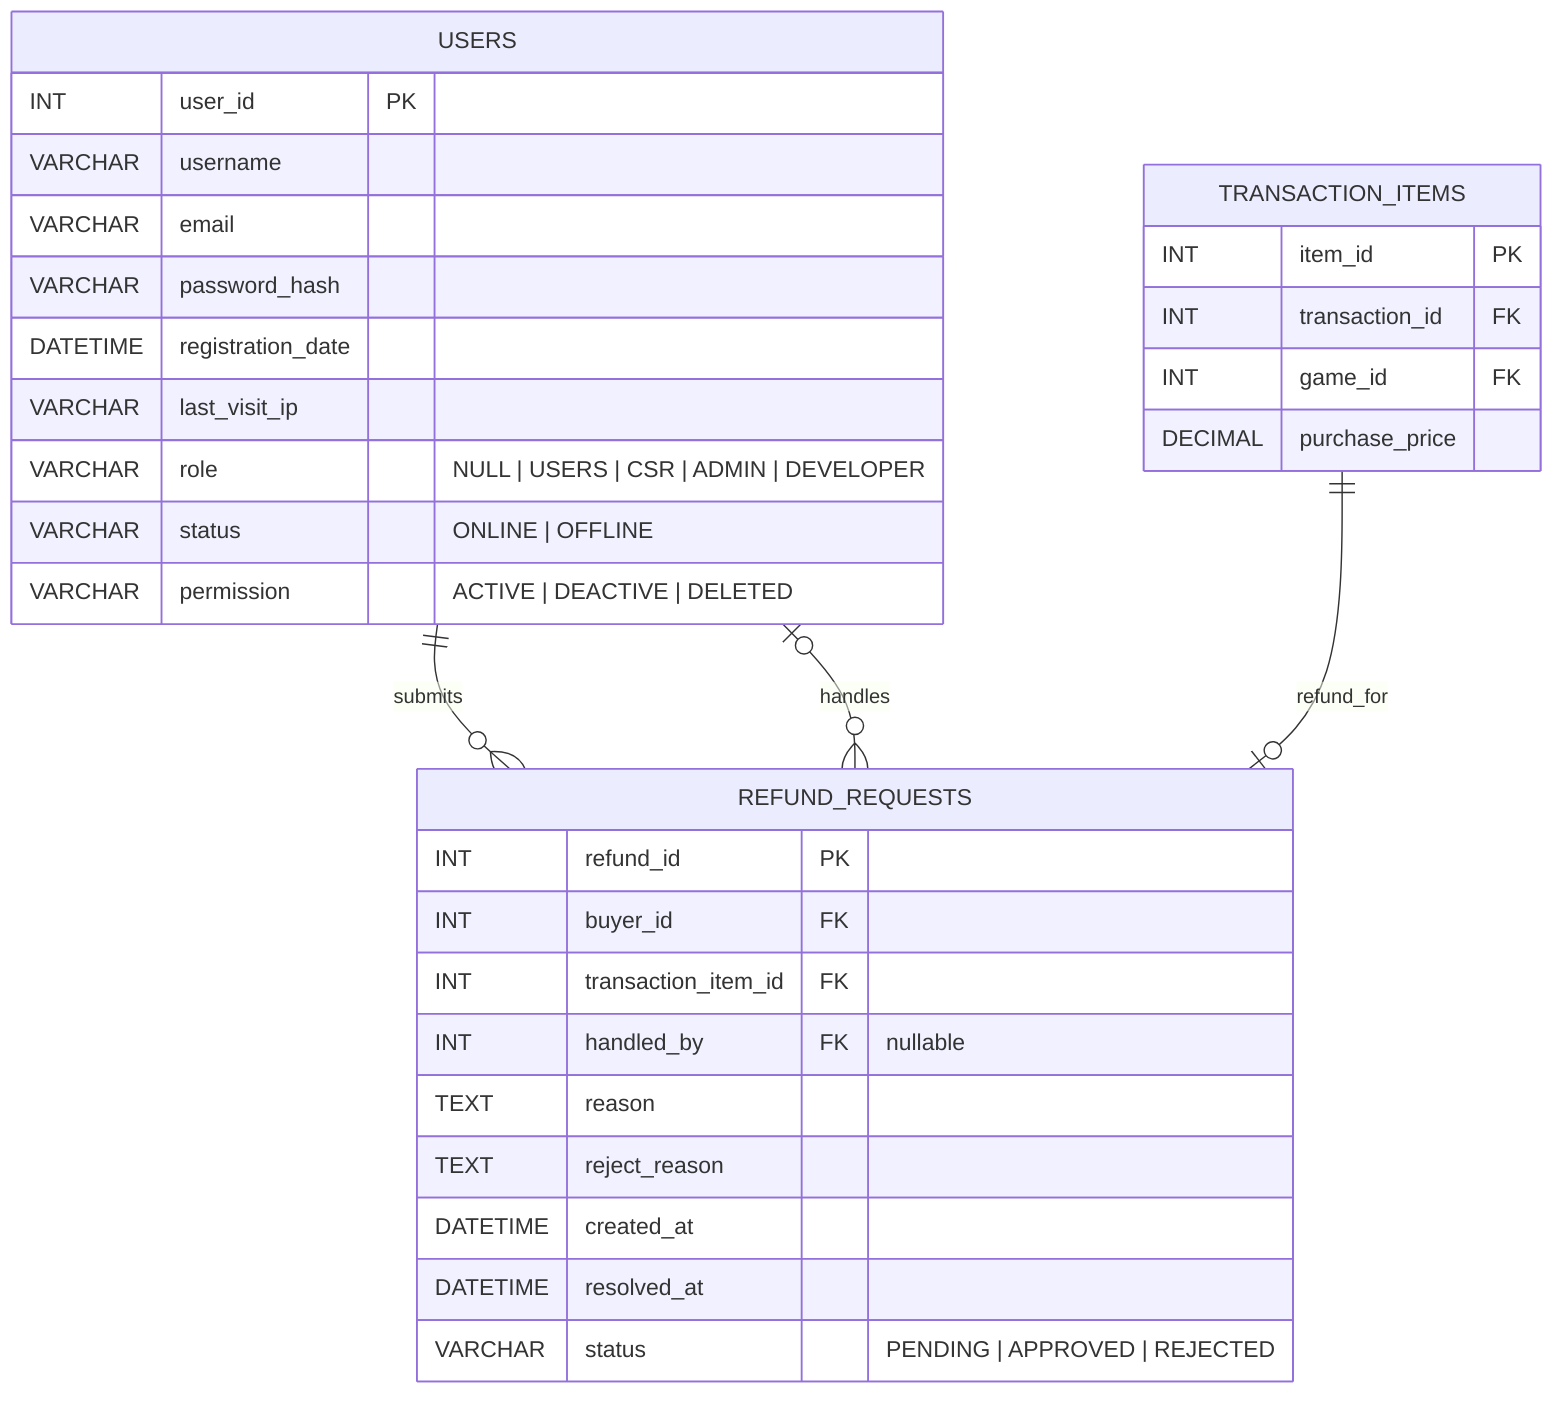
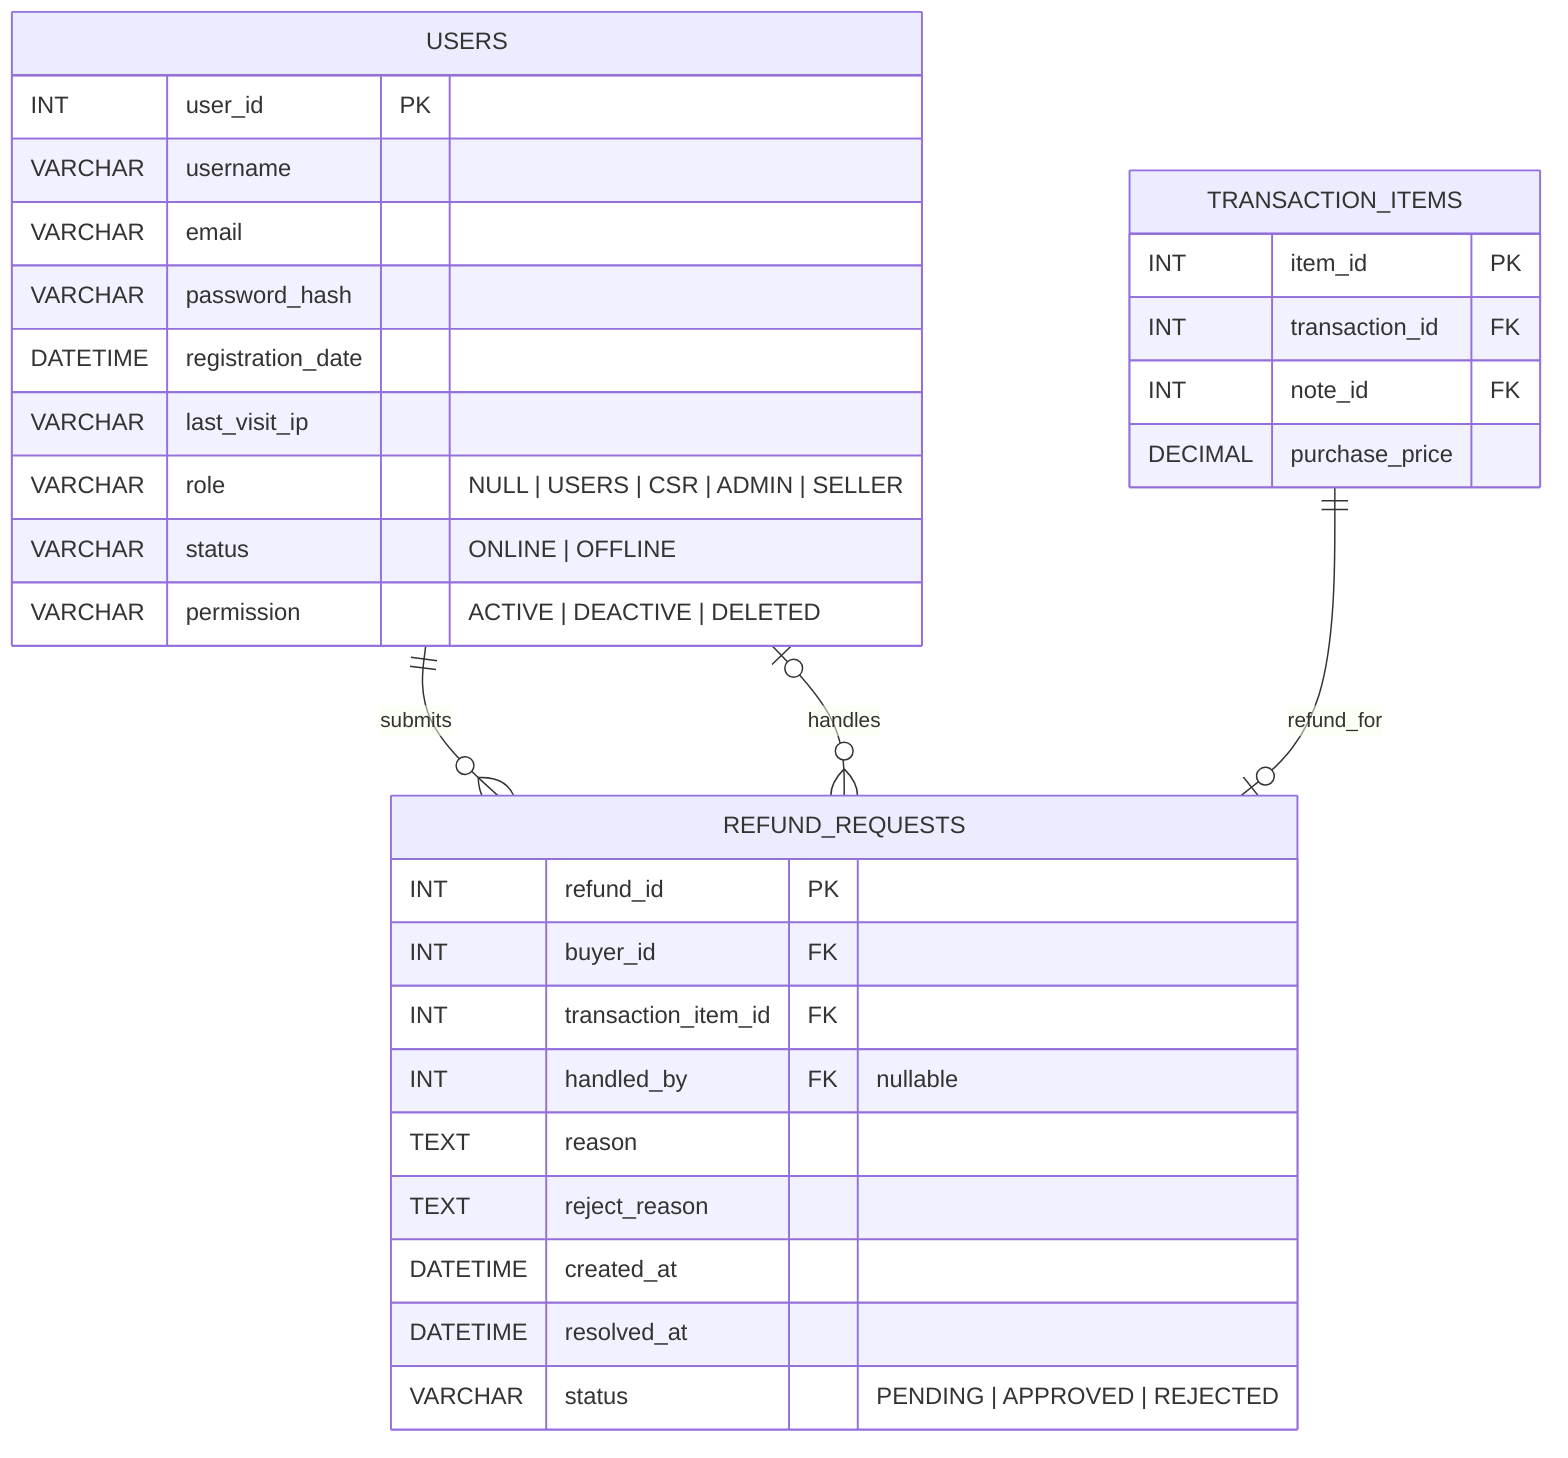
erDiagram
    USERS {
        INT user_id PK
        VARCHAR username
        VARCHAR email
        VARCHAR password_hash
        DATETIME registration_date
        VARCHAR last_visit_ip
-         VARCHAR role "NULL | USERS | CSR | ADMIN | DEVELOPER"
+         VARCHAR role "NULL | USERS | CSR | ADMIN | SELLER"
        VARCHAR status "ONLINE | OFFLINE"
        VARCHAR permission "ACTIVE | DEACTIVE | DELETED"
    }
    TRANSACTION_ITEMS {
        INT item_id PK
        INT transaction_id FK
-         INT game_id FK
+         INT note_id FK
        DECIMAL purchase_price
    }
    REFUND_REQUESTS {
        INT refund_id PK
        INT buyer_id FK
        INT transaction_item_id FK
        INT handled_by FK "nullable"
        TEXT reason
        TEXT reject_reason
        DATETIME created_at
        DATETIME resolved_at
        VARCHAR status "PENDING | APPROVED | REJECTED"
    }

    USERS ||--o{ REFUND_REQUESTS : submits
    USERS |o--o{ REFUND_REQUESTS : handles
    TRANSACTION_ITEMS ||--|o REFUND_REQUESTS : refund_for